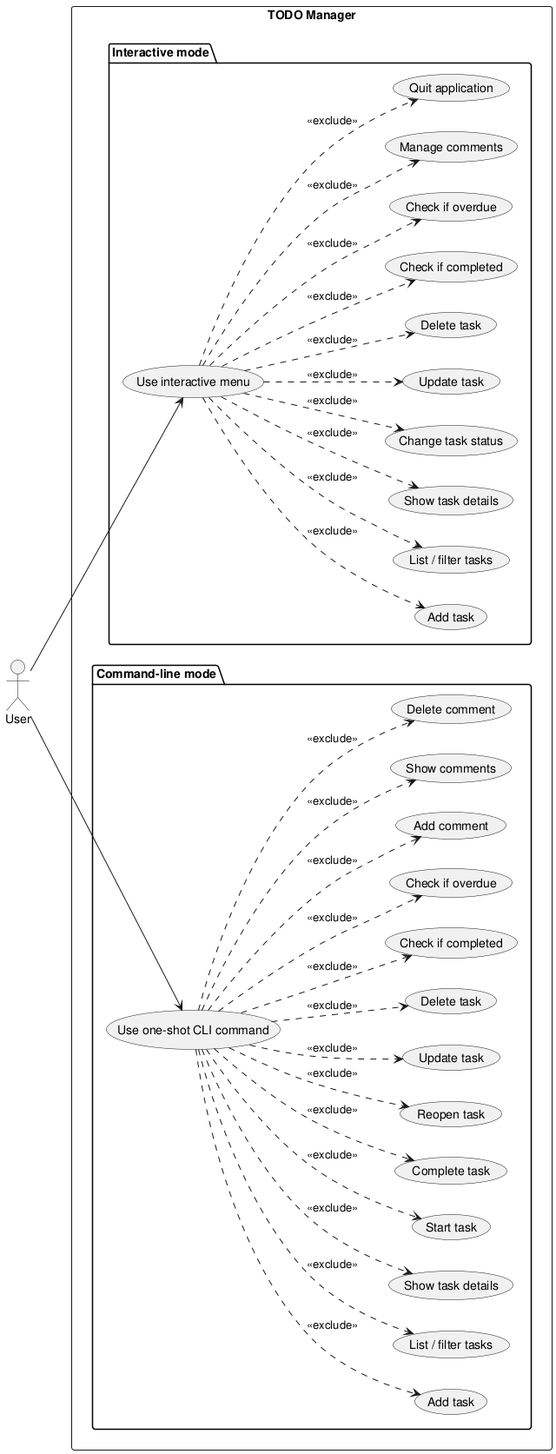
Before: experiments/pipeline/structured_text/TODO/artifacts/use_case_diagram.png, a diagram exported from PlantUML (DanielRiha8906/Software_autoevolution_using_agents).
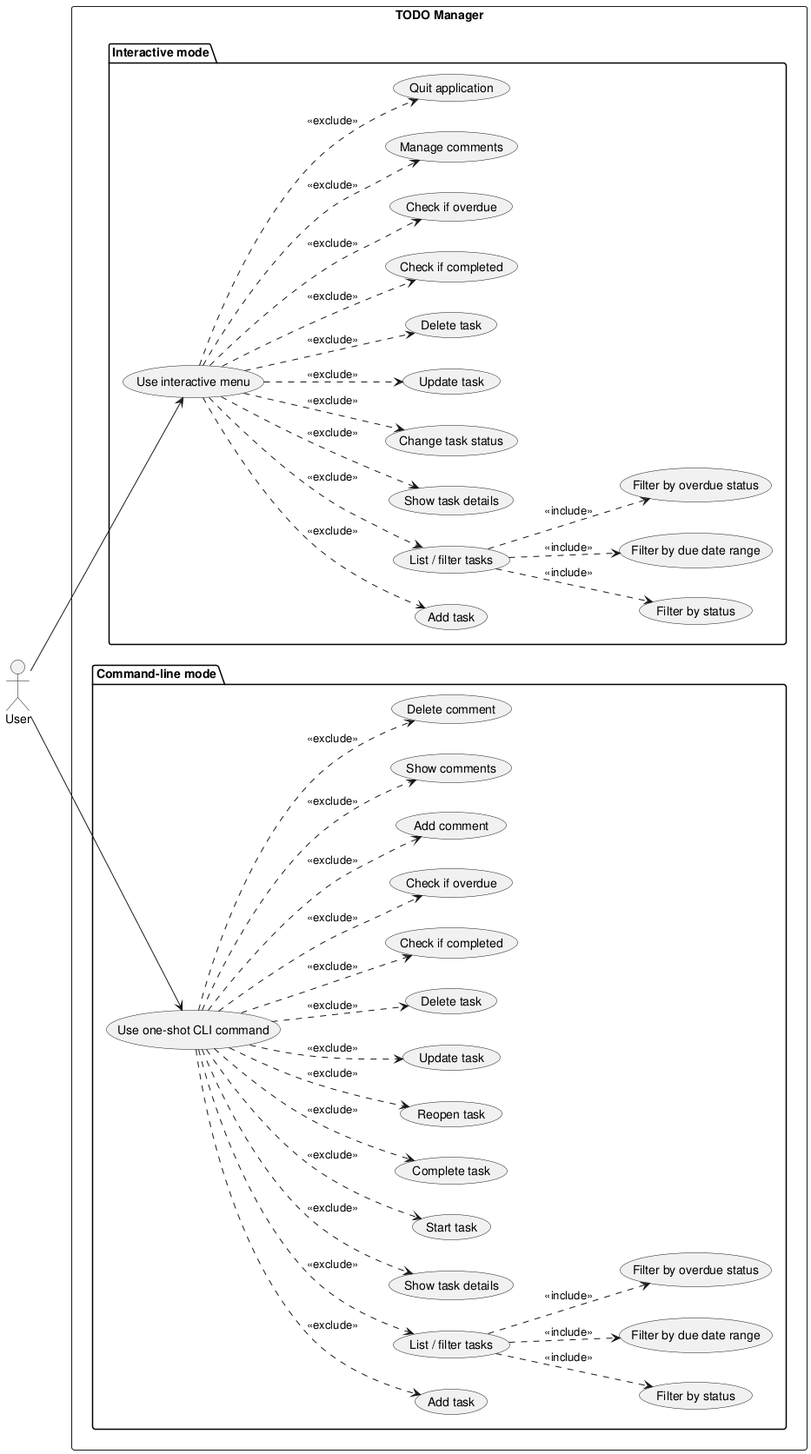
After the change.

Change to the diagram source:
```diff
@@ -10,6 +10,9 @@
     usecase "Use interactive menu" as UI
     usecase "Add task" as I_ADD
     usecase "List / filter tasks" as I_LIST
+    usecase "Filter by status" as I_STATUS_FILTER
+    usecase "Filter by due date range" as I_DATE_FILTER
+    usecase "Filter by overdue status" as I_OVERDUE_FILTER
     usecase "Show task details" as I_SHOW
     usecase "Change task status" as I_STATUS
     usecase "Update task" as I_UPDATE
@@ -24,6 +27,9 @@
     usecase "Use one-shot CLI command" as CLI
     usecase "Add task" as C_ADD
     usecase "List / filter tasks" as C_LIST
+    usecase "Filter by status" as C_STATUS_FILTER
+    usecase "Filter by due date range" as C_DATE_FILTER
+    usecase "Filter by overdue status" as C_OVERDUE_FILTER
     usecase "Show task details" as C_SHOW
     usecase "Start task" as C_START
     usecase "Complete task" as C_DONE
@@ -43,6 +49,9 @@
 
 UI ..> I_ADD       : <<exclude>>
 UI ..> I_LIST      : <<exclude>>
+I_LIST ..> I_STATUS_FILTER : <<include>>
+I_LIST ..> I_DATE_FILTER : <<include>>
+I_LIST ..> I_OVERDUE_FILTER : <<include>>
 UI ..> I_SHOW      : <<exclude>>
 UI ..> I_STATUS    : <<exclude>>
 UI ..> I_UPDATE    : <<exclude>>
@@ -54,6 +63,9 @@
 
 CLI ..> C_ADD            : <<exclude>>
 CLI ..> C_LIST           : <<exclude>>
+C_LIST ..> C_STATUS_FILTER : <<include>>
+C_LIST ..> C_DATE_FILTER : <<include>>
+C_LIST ..> C_OVERDUE_FILTER : <<include>>
 CLI ..> C_SHOW           : <<exclude>>
 CLI ..> C_START          : <<exclude>>
 CLI ..> C_DONE           : <<exclude>>
```
